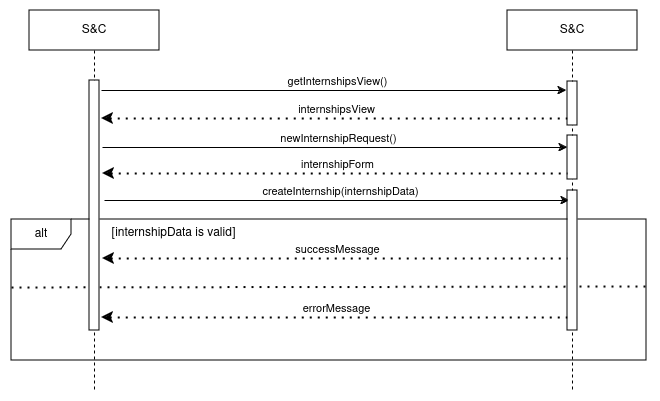
matteo-luraghi/IlardiLuraghi keeps this draw.io diagram as RASD/images/sequence diagrams/CompanyCreatesInternshipAnnouncement.png. Above is the earlier version. Source tidied: cells renumbered, new cells last; positions are measured from the earlier drawing's top-left corner, leaving out a move shared by most shapes.
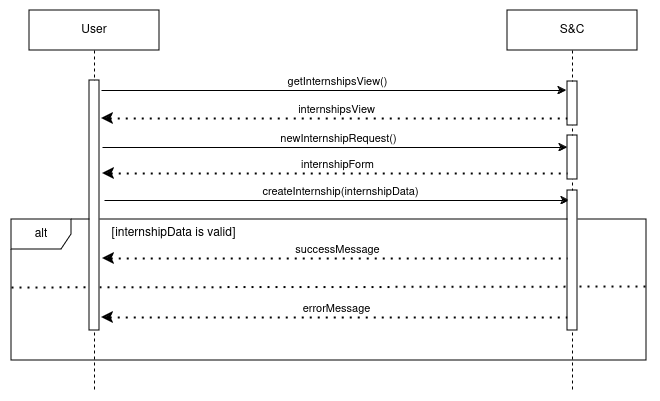
Later version of the same file.

Commit message:
[ADD] sequence diagrams 3-6

Diff of the diagram source:
```diff
@@ -103,7 +103,7 @@
     <mxCell id="22" style="html=1;perimeter=orthogonalPerimeter;targetShapes=umlLifeline;newEdgeStyle={&quot;curved&quot;:0,&quot;rounded&quot;:0};" parent="19" vertex="1">
       <mxGeometry x="60" y="180" width="10" height="140" as="geometry" />
     </mxCell>
-    <mxCell id="23" value="&lt;div&gt;S&amp;amp;C&lt;/div&gt;" style="shape=umlLifeline;perimeter=lifelinePerimeter;whiteSpace=wrap;html=1;newEdgeStyle={&quot;curved&quot;:0,&quot;rounded&quot;:0};" parent="1" vertex="1">
+    <mxCell id="23" value="User" style="shape=umlLifeline;perimeter=lifelinePerimeter;whiteSpace=wrap;html=1;newEdgeStyle={&quot;curved&quot;:0,&quot;rounded&quot;:0};" parent="1" vertex="1">
       <mxGeometry x="18" width="130" height="380" as="geometry" />
     </mxCell>
     <mxCell id="24" style="html=1;perimeter=orthogonalPerimeter;targetShapes=umlLifeline;newEdgeStyle={&quot;curved&quot;:0,&quot;rounded&quot;:0};" parent="23" vertex="1">
```
